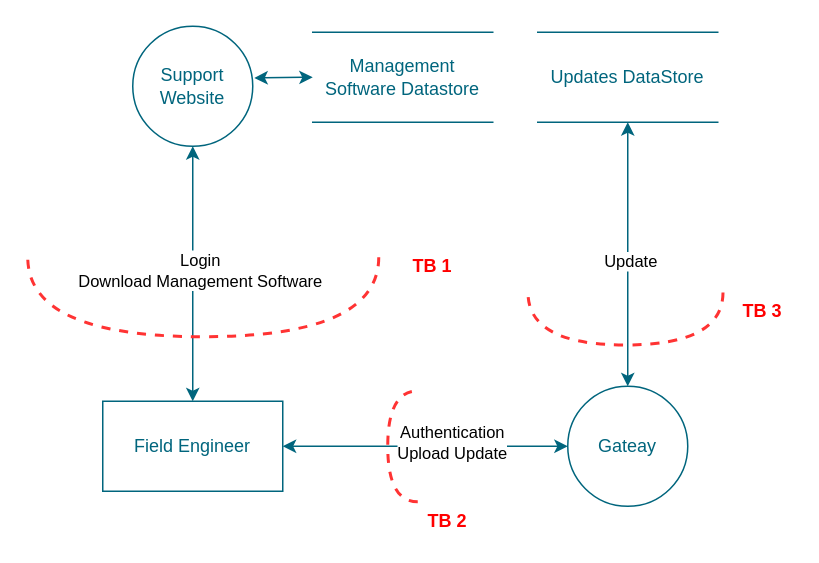
This is B2B/AHADataFlowDiagram.drawio from McKratt/diagrams, a draw.io file, before an edit. Source tidied: cells renumbered, new cells numbered last; positions are measured from the earlier drawing's top-left corner, leaving out a move shared by most shapes. Both pictures are drawn from the tidied source at 150%, with x=0, y=0 at pixel (102, 26).
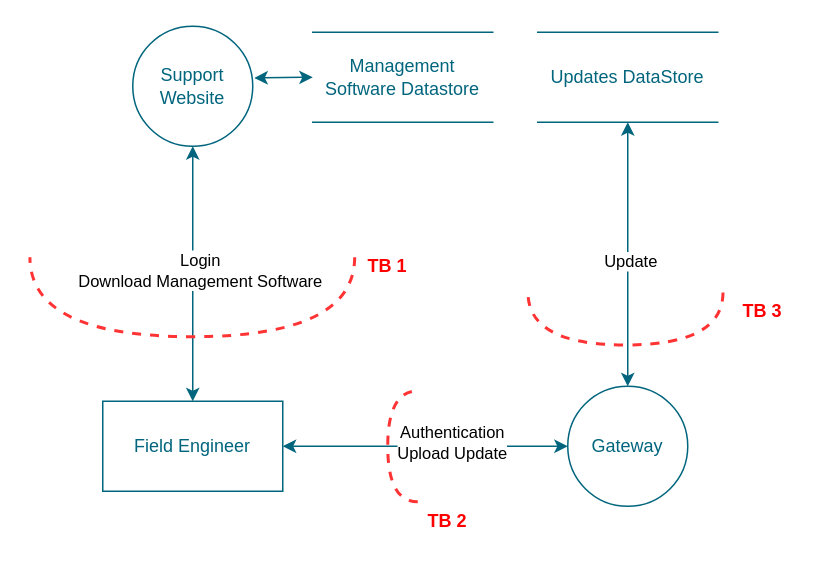
After the change.

What changed in the source:
```diff
@@
 <mxGraphModel>
   <root>
     <mxCell id="0" />
     <mxCell id="1" parent="0" />
     <mxCell id="2" value="Updates DataStore" style="shape=partialRectangle;whiteSpace=wrap;html=1;left=0;right=0;fillColor=none;strokeColor=#00657D;fontColor=#00657D;" parent="1" vertex="1">
       <mxGeometry x="290" y="4" width="120" height="60" as="geometry" />
     </mxCell>
     <mxCell id="3" value="Field Engineer" style="rounded=0;whiteSpace=wrap;html=1;strokeColor=#00657D;fontColor=#00657D;" parent="1" vertex="1">
       <mxGeometry y="250" width="120" height="60" as="geometry" />
     </mxCell>
     <mxCell id="4" value="Support Website" style="ellipse;whiteSpace=wrap;html=1;strokeColor=#00657D;fontColor=#00657D;" parent="1" vertex="1">
       <mxGeometry x="20" width="80" height="80" as="geometry" />
     </mxCell>
     <mxCell id="5" style="endArrow=classic;startArrow=classic;html=1;fontColor=#00657D;strokeColor=#00657D;rounded=0;exitX=0.5;exitY=0;exitDx=0;exitDy=0;entryX=0.5;entryY=1;entryDx=0;entryDy=0;" parent="1" edge="1" source="3" target="4">
       <mxGeometry relative="1" as="geometry" />
     </mxCell>
     <mxCell id="6" value="Login&lt;br&gt;Download Management Software" style="edgeLabel;html=1;align=center;verticalAlign=middle;" parent="5" vertex="1">
       <mxGeometry x="0.03" y="-4" relative="1" as="geometry" />
     </mxCell>
     <mxCell id="7" value="Management Software Datastore" style="shape=partialRectangle;whiteSpace=wrap;html=1;left=0;right=0;fillColor=none;strokeColor=#00657D;fontColor=#00657D;" parent="1" vertex="1">
       <mxGeometry x="140" y="4" width="120" height="60" as="geometry" />
     </mxCell>
     <mxCell id="8" style="endArrow=classic;startArrow=classic;html=1;fontColor=#00657D;strokeColor=#00657D;rounded=0;exitX=1;exitY=0.5;exitDx=0;exitDy=0;entryX=0;entryY=0.5;entryDx=0;entryDy=0;" parent="1" edge="1" source="3" target="19">
       <mxGeometry relative="1" as="geometry" />
     </mxCell>
     <mxCell id="9" value="Authentication&lt;br&gt;Upload Update" style="edgeLabel;html=1;align=center;verticalAlign=middle;" parent="8" vertex="1">
       <mxGeometry x="0.18" y="3" relative="1" as="geometry" />
     </mxCell>
     <mxCell id="10" style="endArrow=classic;startArrow=classic;html=1;fontColor=#00657D;strokeColor=#00657D;rounded=0;entryX=0.5;entryY=1;entryDx=0;entryDy=0;exitX=0.5;exitY=0;exitDx=0;exitDy=0;" parent="1" edge="1" source="19" target="2">
       <mxGeometry relative="1" as="geometry" />
     </mxCell>
     <mxCell id="11" value="Update" style="edgeLabel;html=1;align=center;verticalAlign=middle;" parent="10" vertex="1">
       <mxGeometry x="-0.05" y="-1" relative="1" as="geometry" />
     </mxCell>
     <mxCell id="12" style="endArrow=classic;startArrow=classic;html=1;fontColor=#00657D;strokeColor=#00657D;rounded=0;entryX=0;entryY=0.5;entryDx=0;entryDy=0;exitX=1.013;exitY=0.431;exitDx=0;exitDy=0;exitPerimeter=0;" parent="1" edge="1" source="4" target="7">
       <mxGeometry relative="1" as="geometry" />
     </mxCell>
     <mxCell id="13" style="shape=requiredInterface;html=1;verticalLabelPosition=bottom;dashed=1;strokeColor=#FF3333;strokeWidth=2;fillColor=none;fontColor=#FF3333;align=left;rotation=90;" parent="1" vertex="1">
-      <mxGeometry x="40.5" y="63.5" width="53" height="234" as="geometry" />
+      <mxGeometry x="33.2" y="72.2" width="53" height="216.5" as="geometry" />
     </mxCell>
     <mxCell id="14" value="&lt;font color=&quot;#ff0000&quot;&gt;&lt;b&gt;TB 1&lt;/b&gt;&lt;/font&gt;" style="text;html=1;strokeColor=none;fillColor=none;align=center;verticalAlign=middle;whiteSpace=wrap;rounded=0;" parent="1" vertex="1">
-      <mxGeometry x="200" y="150" width="40" height="20" as="geometry" />
+      <mxGeometry x="170" y="150" width="40" height="20" as="geometry" />
     </mxCell>
     <mxCell id="15" style="shape=requiredInterface;html=1;verticalLabelPosition=bottom;dashed=1;strokeColor=#FF3333;strokeWidth=2;fillColor=none;fontColor=#FF3333;align=left;rotation=-180;" parent="1" vertex="1">
       <mxGeometry x="190" y="243.1" width="20" height="73.9" as="geometry" />
     </mxCell>
     <mxCell id="16" value="&lt;font color=&quot;#ff0000&quot;&gt;&lt;b&gt;TB 2&lt;br&gt;&lt;/b&gt;&lt;/font&gt;" style="text;html=1;strokeColor=none;fillColor=none;align=center;verticalAlign=middle;whiteSpace=wrap;rounded=0;" parent="1" vertex="1">
       <mxGeometry x="210" y="320" width="40" height="20" as="geometry" />
     </mxCell>
     <mxCell id="17" style="shape=requiredInterface;html=1;verticalLabelPosition=bottom;dashed=1;strokeColor=#FF3333;strokeWidth=2;fillColor=none;fontColor=#FF3333;align=left;rotation=90;" parent="1" vertex="1">
       <mxGeometry x="331" y="130" width="35" height="130" as="geometry" />
     </mxCell>
     <mxCell id="18" value="&lt;font color=&quot;#ff0000&quot;&gt;&lt;b&gt;TB 3&lt;br&gt;&lt;/b&gt;&lt;/font&gt;" style="text;html=1;strokeColor=none;fillColor=none;align=center;verticalAlign=middle;whiteSpace=wrap;rounded=0;" parent="1" vertex="1">
       <mxGeometry x="420" y="180" width="40" height="20" as="geometry" />
     </mxCell>
-    <mxCell id="19" value="Gateay&lt;br&gt;" style="ellipse;whiteSpace=wrap;html=1;strokeColor=#00657D;fontColor=#00657D;" parent="1" vertex="1">
+    <mxCell id="19" value="Gateway" style="ellipse;whiteSpace=wrap;html=1;strokeColor=#00657D;fontColor=#00657D;" parent="1" vertex="1">
       <mxGeometry x="310" y="240" width="80" height="80" as="geometry" />
     </mxCell>
   </root>
 </mxGraphModel>
```
